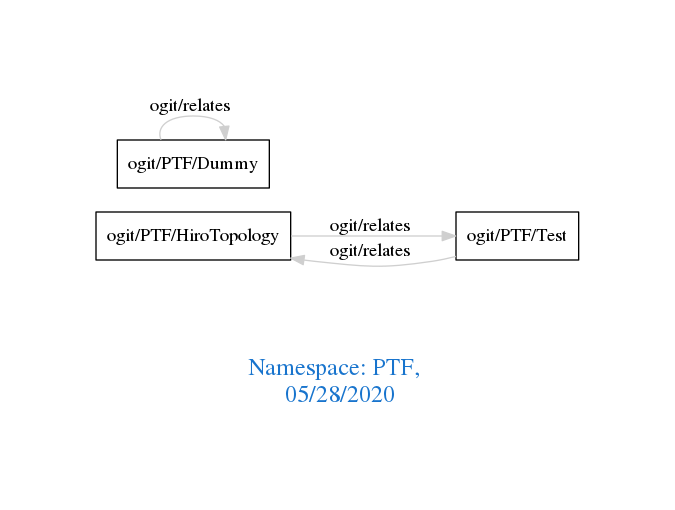
Above: downloads/PTF.png in arago/OGIT (Graphviz), before the change. Its source is kept beside it as downloads/PTF.dot.
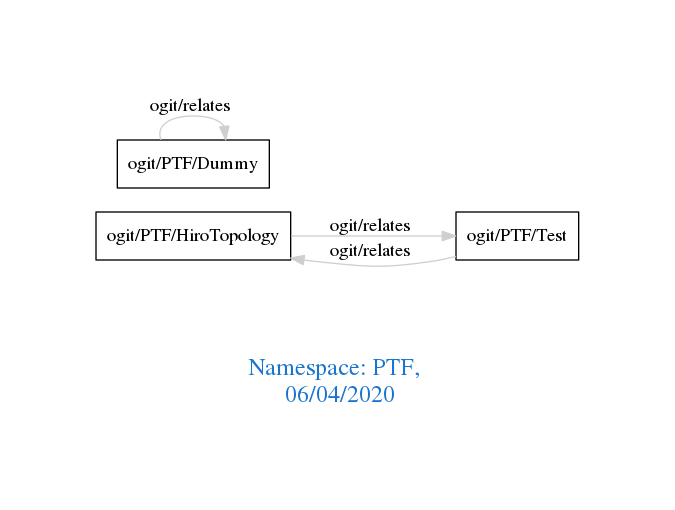
The same diagram one commit later.

The edit, as a diff of the source:
```diff
@@ -1,7 +1,7 @@
 digraph OGIT_ontology {
  graph [ rankdir= LR,pad=1
 fontsize = 18,
-fontcolor= dodgerblue3,label = "\n\n\nNamespace: PTF, \n 05/28/2020"];
+fontcolor= dodgerblue3,label = "\n\n\nNamespace: PTF, \n 06/04/2020"];
 node[shape=polygon];
 edge [  color="gray81"];
 
```
